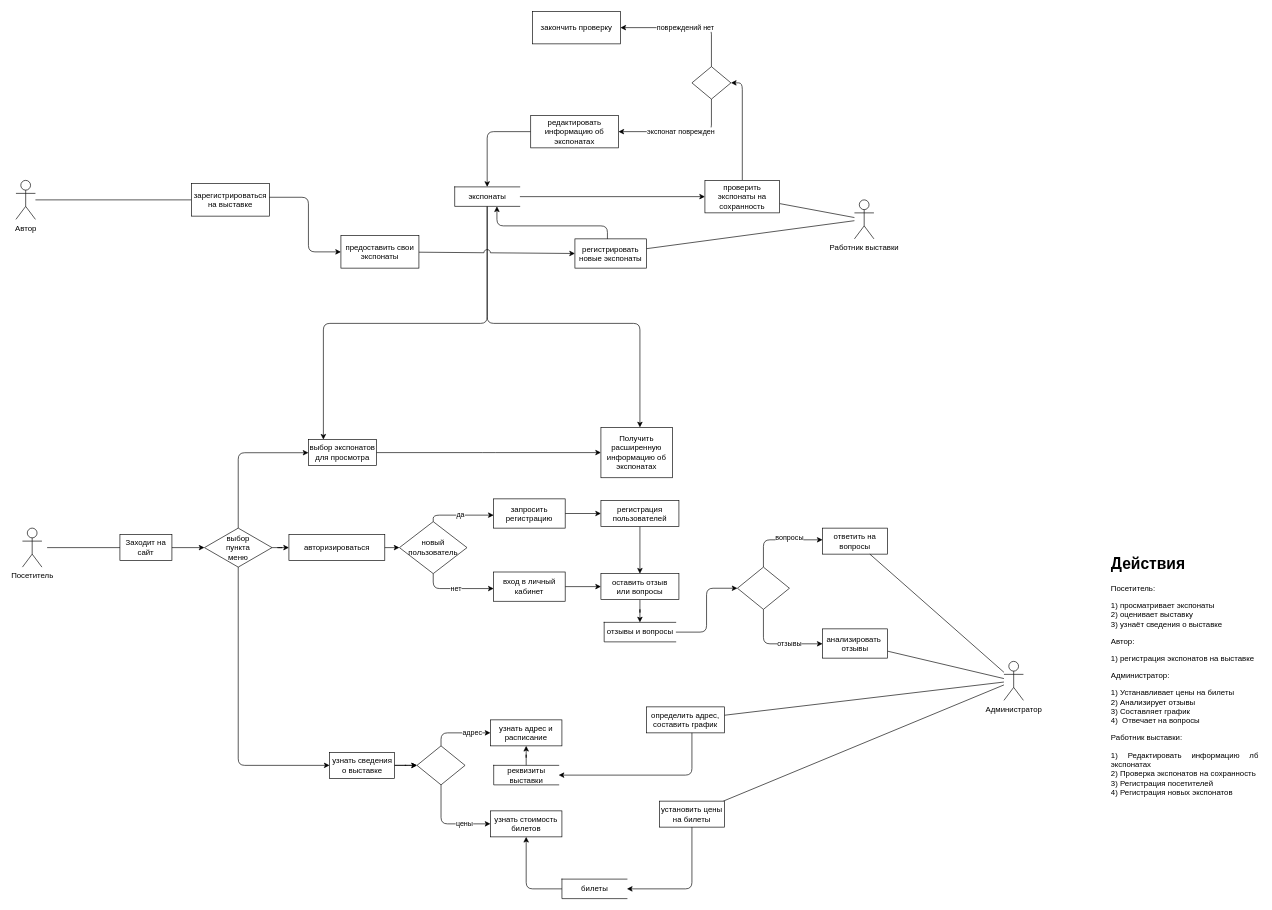
The draw.io diagram page "Page-1" (1 of 3) of Diagrams/DFD_use-case.drawio in OlgaMats/-, before the edit. Source tidied: cells renumbered, new cells numbered last; positions are measured from the earlier drawing's top-left corner, leaving out a move shared by most shapes. Both pictures are drawn from the tidied source at 65%, with x=0, y=0 at pixel (16, 11).
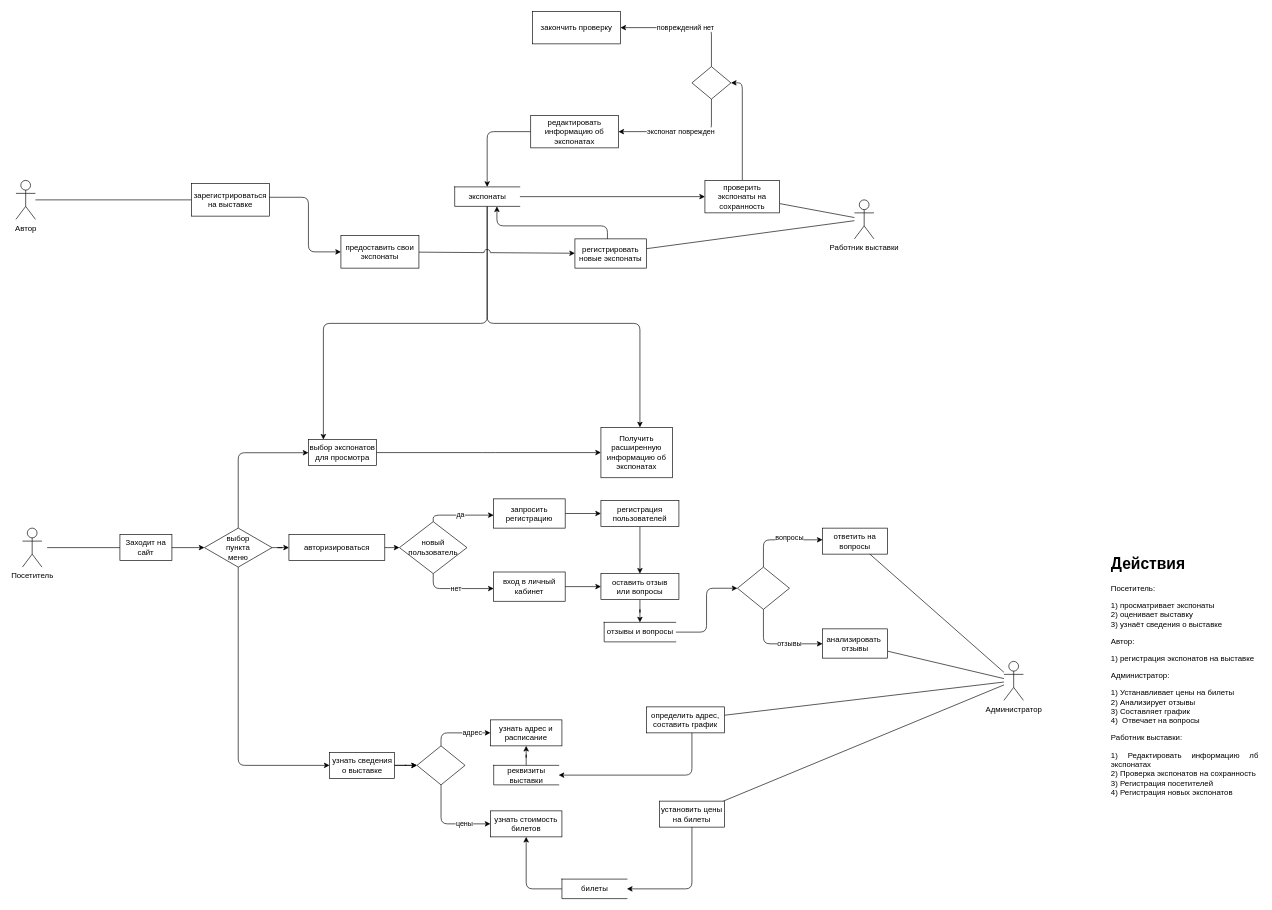
The same diagram, later.

The change refers to these unchanged cells:
```xml
<mxCell id="35" value="регистрировать новые экспонаты" style="rounded=0;whiteSpace=wrap;html=1;hachureGap=4;strokeWidth=1;" parent="1" vertex="1">
  <mxGeometry x="860" y="350" width="110" height="45" as="geometry" />
</mxCell>
<mxCell id="68" value="предоставить свои экспонаты" style="rounded=0;whiteSpace=wrap;html=1;hachureGap=4;strokeWidth=1;" parent="1" vertex="1">
  <mxGeometry x="500" y="345" width="120" height="50" as="geometry" />
</mxCell>
```

What changed in the source:
```diff
@@
-    <mxCell id="66" style="jumpStyle=arc;jumpSize=10;jettySize=auto;html=1;strokeColor=#000000;fillColor=#f8cecc;entryX=0;entryY=0.5;entryDx=0;entryDy=0;" parent="1" edge="1" source="68" target="35">
+    <mxCell id="66" style="jumpStyle=arc;jumpSize=10;jettySize=auto;html=1;strokeColor=#000000;fillColor=#f8cecc;" parent="1" edge="1" source="68" target="35">
       <mxGeometry relative="1" as="geometry" />
     </mxCell>
```
